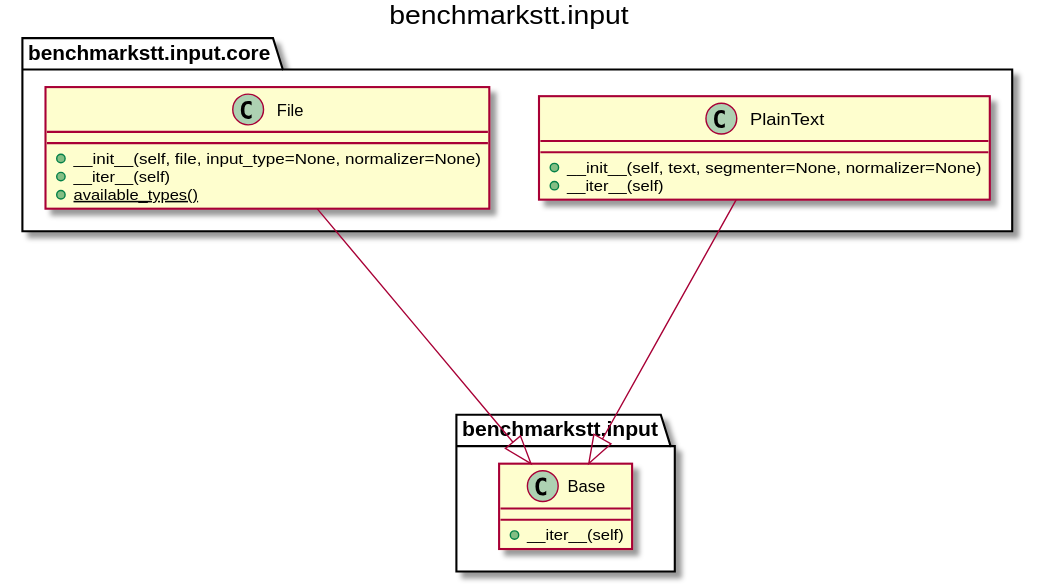
Before: docs/_static/uml/benchmarkstt.input.svg, a diagram exported from PlantUML (ebu/benchmarkstt).
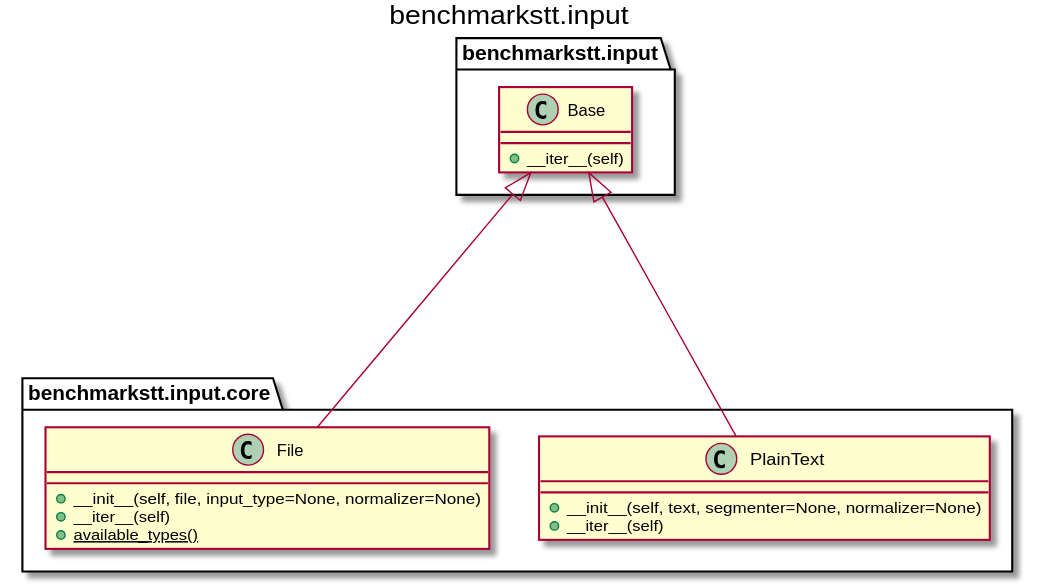
The same file after the commit.

What changed in the source:
```diff
@@ -1,26 +1,34 @@
 @startuml
+
 title benchmarkstt.input
 
 package benchmarkstt.input {
 
 	class benchmarkstt.input.Base [[https://benchmarkstt.readthedocs.io/en/latest/modules/benchmarkstt.input.html#benchmarkstt.input.Base]] {
-	+__iter__(self)
+		+__iter__(self)
 	}
+
+
 }
+
 package benchmarkstt.input.core {
 
 	class benchmarkstt.input.core.File [[https://benchmarkstt.readthedocs.io/en/latest/modules/benchmarkstt.input.core.html#benchmarkstt.input.core.File]] {
-	+__init__(self, file, input_type=None, normalizer=None)
-	+__iter__(self)
-	{static} +available_types()
+		+__init__(self, file, input_type=None, normalizer=None)
+		+__iter__(self)
+		{static} +available_types()
 	}
 
+
 	class benchmarkstt.input.core.PlainText [[https://benchmarkstt.readthedocs.io/en/latest/modules/benchmarkstt.input.core.html#benchmarkstt.input.core.PlainText]] {
-	+__init__(self, text, segmenter=None, normalizer=None)
-	+__iter__(self)
+		+__init__(self, text, segmenter=None, normalizer=None)
+		+__iter__(self)
 	}
+
 }
 
-benchmarkstt.input.core.File ----|> benchmarkstt.input.Base
-benchmarkstt.input.core.PlainText ----|> benchmarkstt.input.Base
+
+benchmarkstt.input.core.File --up--|> benchmarkstt.input.Base
+benchmarkstt.input.core.PlainText --up--|> benchmarkstt.input.Base
+
 @enduml
```
